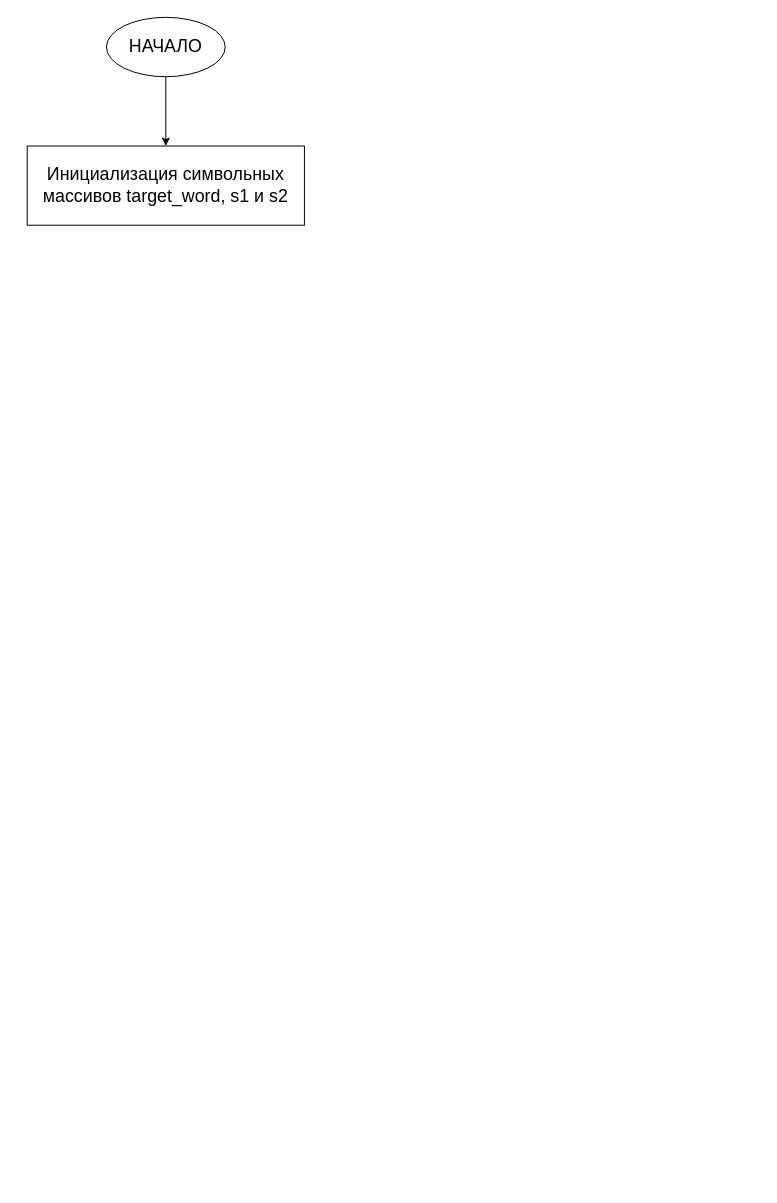
The draw.io diagram lr3.2/text/Диаграмма без названия.drawio in eldarbr/silver-funicular, before the edit. Source tidied: cells renumbered, new cells numbered last; positions are measured from the earlier drawing's top-left corner, leaving out a move shared by most shapes. Both pictures are drawn from the tidied source at 99%, with x=0, y=0 at pixel (27, 17).
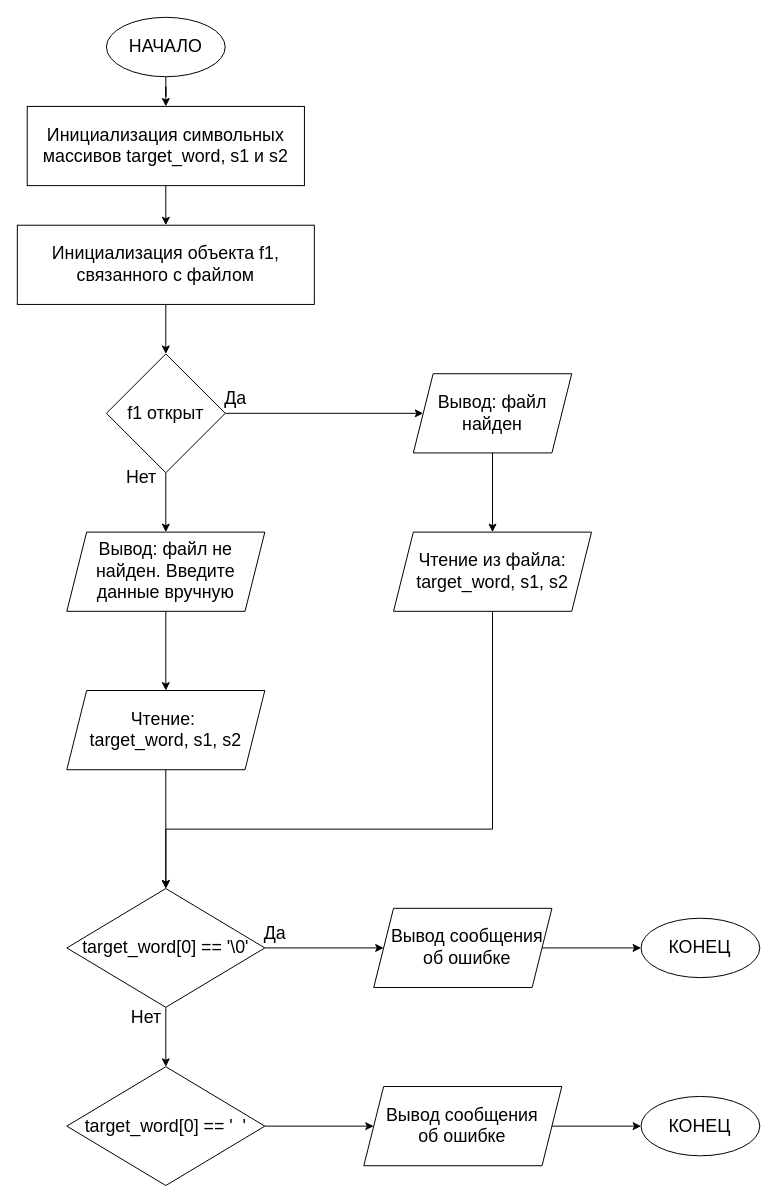
Above is the later version.

Change to the diagram source:
```diff
@@
+    <mxCell id="5" style="edgeStyle=orthogonalEdgeStyle;rounded=0;jettySize=auto;html=1;" parent="1" edge="1" source="4" target="7">
+      <mxGeometry relative="1" as="geometry" />
+    </mxCell>
     <mxCell id="4" value="Инициализация символьных массивов target_word, s1 и s2" style="whiteSpace=wrap;html=1;fontSize=18;" parent="1" vertex="1">
-      <mxGeometry y="130" width="280" height="80" as="geometry" />
+      <mxGeometry y="90" width="280" height="80" as="geometry" />
     </mxCell>
+    <mxCell id="6" style="edgeStyle=orthogonalEdgeStyle;rounded=0;jettySize=auto;html=1;" parent="1" edge="1" source="7" target="10">
+      <mxGeometry relative="1" as="geometry" />
+    </mxCell>
+    <mxCell id="7" value="Инициализация объекта f1, связанного с файлом" style="whiteSpace=wrap;html=1;fontSize=18;" parent="1" vertex="1">
+      <mxGeometry x="-10" y="210" width="300" height="80" as="geometry" />
+    </mxCell>
+    <mxCell id="8" style="edgeStyle=orthogonalEdgeStyle;rounded=0;jettySize=auto;html=1;entryX=0;entryY=0.5;entryDx=0;entryDy=0;" parent="1" edge="1" source="10" target="12">
+      <mxGeometry relative="1" as="geometry" />
+    </mxCell>
+    <mxCell id="9" style="edgeStyle=orthogonalEdgeStyle;rounded=0;jettySize=auto;html=1;entryX=0.5;entryY=0;entryDx=0;entryDy=0;fontSize=18;" parent="1" edge="1" source="10" target="17">
+      <mxGeometry relative="1" as="geometry" />
+    </mxCell>
+    <mxCell id="10" value="f1 открыт" style="rhombus;whiteSpace=wrap;html=1;fontSize=18;" parent="1" vertex="1">
+      <mxGeometry x="80" y="340" width="120" height="120" as="geometry" />
+    </mxCell>
+    <mxCell id="11" style="edgeStyle=orthogonalEdgeStyle;rounded=0;jettySize=auto;html=1;fontSize=18;" parent="1" edge="1" source="12" target="15">
+      <mxGeometry relative="1" as="geometry" />
+    </mxCell>
+    <mxCell id="12" value="Вывод: файл найден" style="shape=parallelogram;perimeter=parallelogramPerimeter;whiteSpace=wrap;html=1;fixedSize=1;fontSize=18;" parent="1" vertex="1">
+      <mxGeometry x="390" y="360" width="160" height="80" as="geometry" />
+    </mxCell>
+    <mxCell id="13" value="Да" style="text;html=1;align=center;verticalAlign=middle;strokeColor=none;fillColor=none;fontSize=18;" parent="1" vertex="1">
+      <mxGeometry x="190" y="370" width="40" height="30" as="geometry" />
+    </mxCell>
+    <mxCell id="14" style="edgeStyle=orthogonalEdgeStyle;rounded=0;jettySize=auto;html=1;entryX=0.5;entryY=0;entryDx=0;entryDy=0;fontSize=18;" parent="1" edge="1" source="15" target="23">
+      <mxGeometry relative="1" as="geometry">
+        <Array as="points">
+          <mxPoint x="470" y="820" />
+          <mxPoint x="140" y="820" />
+        </Array>
+      </mxGeometry>
+    </mxCell>
+    <mxCell id="15" value="Чтение из файла:&lt;br&gt;target_word, s1, s2" style="shape=parallelogram;perimeter=parallelogramPerimeter;whiteSpace=wrap;html=1;fixedSize=1;fontSize=18;" parent="1" vertex="1">
+      <mxGeometry x="370" y="520" width="200" height="80" as="geometry" />
+    </mxCell>
+    <mxCell id="16" style="edgeStyle=orthogonalEdgeStyle;rounded=0;jettySize=auto;html=1;fontSize=18;" parent="1" edge="1" source="17" target="20">
+      <mxGeometry relative="1" as="geometry" />
+    </mxCell>
+    <mxCell id="17" value="Вывод: файл не найден. Введите данные вручную" style="shape=parallelogram;perimeter=parallelogramPerimeter;whiteSpace=wrap;html=1;fixedSize=1;fontSize=18;" parent="1" vertex="1">
+      <mxGeometry x="40" y="520" width="200" height="80" as="geometry" />
+    </mxCell>
+    <mxCell id="18" value="Нет" style="text;html=1;align=center;verticalAlign=middle;strokeColor=none;fillColor=none;fontSize=18;" parent="1" vertex="1">
+      <mxGeometry x="90" y="450" width="50" height="30" as="geometry" />
+    </mxCell>
+    <mxCell id="19" style="edgeStyle=orthogonalEdgeStyle;rounded=0;jettySize=auto;html=1;fontSize=18;" parent="1" edge="1" source="20" target="23">
+      <mxGeometry relative="1" as="geometry" />
+    </mxCell>
+    <mxCell id="20" value="Чтение:&amp;nbsp;&lt;br&gt;target_word, s1, s2" style="shape=parallelogram;perimeter=parallelogramPerimeter;whiteSpace=wrap;html=1;fixedSize=1;fontSize=18;" parent="1" vertex="1">
+      <mxGeometry x="40" y="680" width="200" height="80" as="geometry" />
+    </mxCell>
+    <mxCell id="21" style="edgeStyle=orthogonalEdgeStyle;rounded=0;jettySize=auto;html=1;entryX=0;entryY=0.5;entryDx=0;entryDy=0;fontSize=18;" parent="1" edge="1" source="23" target="25">
+      <mxGeometry relative="1" as="geometry" />
+    </mxCell>
+    <mxCell id="22" style="edgeStyle=orthogonalEdgeStyle;rounded=0;jettySize=auto;html=1;fontSize=18;" parent="1" edge="1" source="23" target="29">
+      <mxGeometry relative="1" as="geometry" />
+    </mxCell>
+    <mxCell id="23" value="target_word[0] == '\0'" style="rhombus;whiteSpace=wrap;html=1;fontSize=18;" parent="1" vertex="1">
+      <mxGeometry x="40" y="880" width="200" height="120" as="geometry" />
+    </mxCell>
+    <mxCell id="24" style="edgeStyle=orthogonalEdgeStyle;rounded=0;jettySize=auto;html=1;fontSize=18;" parent="1" edge="1" source="25" target="27">
+      <mxGeometry relative="1" as="geometry" />
+    </mxCell>
+    <mxCell id="25" value="Вывод сообщения об ошибке" style="shape=parallelogram;perimeter=parallelogramPerimeter;whiteSpace=wrap;html=1;fixedSize=1;fontSize=18;spacingLeft=9;" parent="1" vertex="1">
+      <mxGeometry x="350" y="900" width="180" height="80" as="geometry" />
+    </mxCell>
+    <mxCell id="26" value="Да" style="text;html=1;align=center;verticalAlign=middle;strokeColor=none;fillColor=none;fontSize=18;" parent="1" vertex="1">
+      <mxGeometry x="230" y="910" width="40" height="30" as="geometry" />
+    </mxCell>
+    <mxCell id="27" value="КОНЕЦ" style="ellipse;whiteSpace=wrap;html=1;fontSize=18;spacingLeft=-1;" parent="1" vertex="1">
+      <mxGeometry x="620" y="910" width="120" height="60" as="geometry" />
+    </mxCell>
+    <mxCell id="28" style="edgeStyle=orthogonalEdgeStyle;rounded=0;jettySize=auto;html=1;entryX=0;entryY=0.5;entryDx=0;entryDy=0;fontSize=18;" parent="1" edge="1" source="29" target="32">
+      <mxGeometry relative="1" as="geometry" />
+    </mxCell>
+    <mxCell id="29" value="target_word[0] == '&amp;nbsp; '" style="rhombus;whiteSpace=wrap;html=1;fontSize=18;" parent="1" vertex="1">
+      <mxGeometry x="40" y="1060" width="200" height="120" as="geometry" />
+    </mxCell>
+    <mxCell id="30" value="Нет" style="text;html=1;align=center;verticalAlign=middle;strokeColor=none;fillColor=none;fontSize=18;" parent="1" vertex="1">
+      <mxGeometry x="95" y="995" width="50" height="30" as="geometry" />
+    </mxCell>
+    <mxCell id="31" style="edgeStyle=orthogonalEdgeStyle;rounded=0;jettySize=auto;html=1;fontSize=18;" parent="1" edge="1" source="32" target="33">
+      <mxGeometry relative="1" as="geometry" />
+    </mxCell>
+    <mxCell id="32" value="Вывод сообщения об ошибке" style="shape=parallelogram;perimeter=parallelogramPerimeter;whiteSpace=wrap;html=1;fixedSize=1;fontSize=18;spacingLeft=10;spacingRight=11;" parent="1" vertex="1">
+      <mxGeometry x="340" y="1080" width="200" height="80" as="geometry" />
+    </mxCell>
+    <mxCell id="33" value="КОНЕЦ" style="ellipse;whiteSpace=wrap;html=1;fontSize=18;spacingLeft=10;spacingRight=11;" parent="1" vertex="1">
+      <mxGeometry x="620" y="1090" width="120" height="60" as="geometry" />
+    </mxCell>
```
